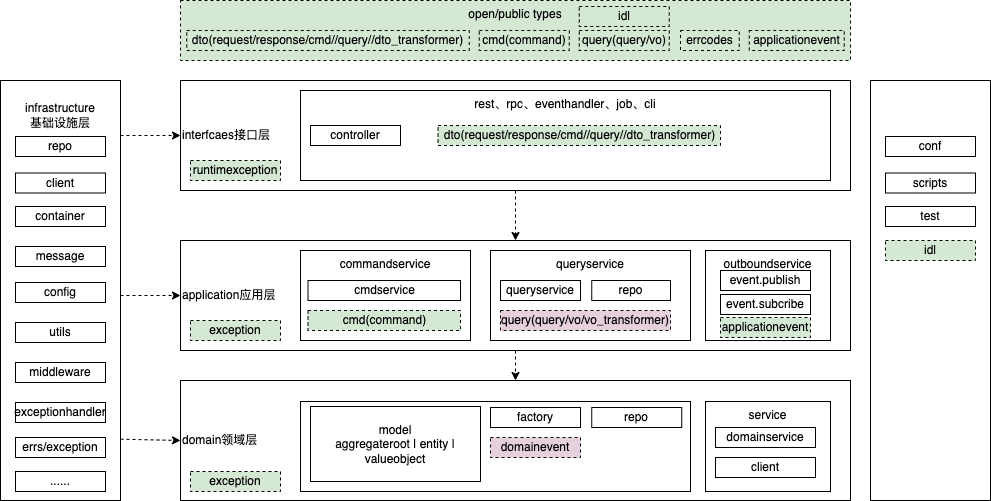
Earlier version of the draw.io export ddd_arch.drawio.png (junneyang/xxproject). Source tidied: cells renumbered, new cells last; positions are measured from the earlier drawing's top-left corner, leaving out a move shared by most shapes.
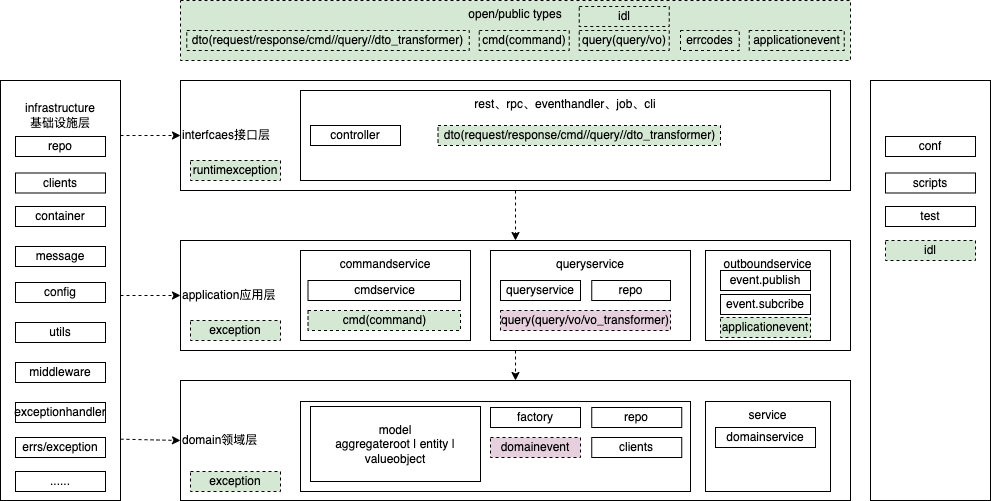
Later version of the same file.

What changed in the source:
```diff
@@ -50,11 +50,11 @@
     <mxCell id="17" style="endArrow=classic;html=1;exitX=0.5;exitY=1;exitDx=0;exitDy=0;dashed=1;" parent="1" edge="1" source="13" target="8">
       <mxGeometry relative="1" as="geometry" />
     </mxCell>
-    <mxCell id="18" style="edgeStyle=orthogonalEdgeStyle;rounded=0;jettySize=auto;html=1;dashed=1;strokeWidth=1;fontStyle=0;" parent="1" edge="1" target="8">
-      <mxGeometry relative="1" as="geometry">
-        <mxPoint x="120" y="295" as="sourcePoint" />
-      </mxGeometry>
-    </mxCell>
+    <mxCell id="58" style="edgeStyle=orthogonalEdgeStyle;rounded=0;jettySize=auto;html=1;dashed=1;strokeWidth=1;fontStyle=0;" parent="1" edge="1" target="8">
+      <mxGeometry relative="1" as="geometry">
+        <mxPoint x="120" y="295" as="sourcePoint" />
+      </mxGeometry>
+    </mxCell>
     <mxCell id="19" value="&#10;infrastructure&#10;基础设施层" style="rounded=0;whiteSpace=wrap;align=center;verticalAlign=top;" parent="1" vertex="1">
       <mxGeometry y="80" width="120" height="420" as="geometry" />
     </mxCell>
@@ -70,9 +70,9 @@
     <mxCell id="23" value="container" style="rounded=0;whiteSpace=wrap;" parent="1" vertex="1">
       <mxGeometry x="15" y="206" width="90" height="20" as="geometry" />
     </mxCell>
-    <mxCell id="24" value="client" style="rounded=0;whiteSpace=wrap;" parent="1" vertex="1">
-      <mxGeometry x="15" y="172.5" width="90" height="20" as="geometry" />
-    </mxCell>
+    <mxCell id="59" value="clients" style="rounded=0;whiteSpace=wrap;" parent="1" vertex="1">
+      <mxGeometry x="15" y="172.5" width="90" height="20" as="geometry" />
+    </mxCell>
     <mxCell id="25" value="config" style="rounded=0;whiteSpace=wrap;" parent="1" vertex="1">
       <mxGeometry x="15" y="282" width="90" height="20" as="geometry" />
     </mxCell>
@@ -109,9 +109,6 @@
     <mxCell id="36" value="domainservice" style="rounded=0;whiteSpace=wrap;fillColor=none;" parent="1" vertex="1">
       <mxGeometry x="715" y="427" width="100" height="20" as="geometry" />
     </mxCell>
-    <mxCell id="37" value="client" style="rounded=0;whiteSpace=wrap;fillColor=none;" parent="1" vertex="1">
-      <mxGeometry x="715" y="457" width="100" height="20" as="geometry" />
-    </mxCell>
     <mxCell id="38" value="dto(request/response/cmd//query//dto_transformer)" style="rounded=0;whiteSpace=wrap;fillColor=#D5E8D4;dashed=1;" parent="1" vertex="1">
       <mxGeometry x="437.5" y="125" width="282.5" height="20" as="geometry" />
     </mxCell>
@@ -172,5 +169,8 @@
     <mxCell id="57" value="idl" style="rounded=0;whiteSpace=wrap;fillColor=#D5E8D4;dashed=1;" parent="1" vertex="1">
       <mxGeometry x="578.8" y="6" width="90" height="20" as="geometry" />
     </mxCell>
+    <mxCell id="60" value="clients" style="rounded=0;whiteSpace=wrap;" parent="1" vertex="1">
+      <mxGeometry x="591.2" y="437" width="90" height="20" as="geometry" />
+    </mxCell>
   </root>
 </mxGraphModel>
```
